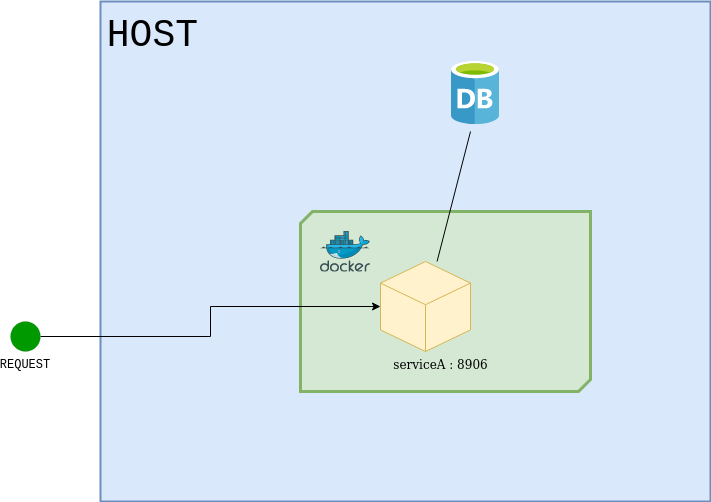
Above: _dockers/dev/dev1.drawio.png in ezra-dalimunthe/reading-point-auth (draw.io), before the change. Source tidied: cells renumbered, new cells last; positions are measured from the earlier drawing's top-left corner, leaving out a move shared by most shapes.
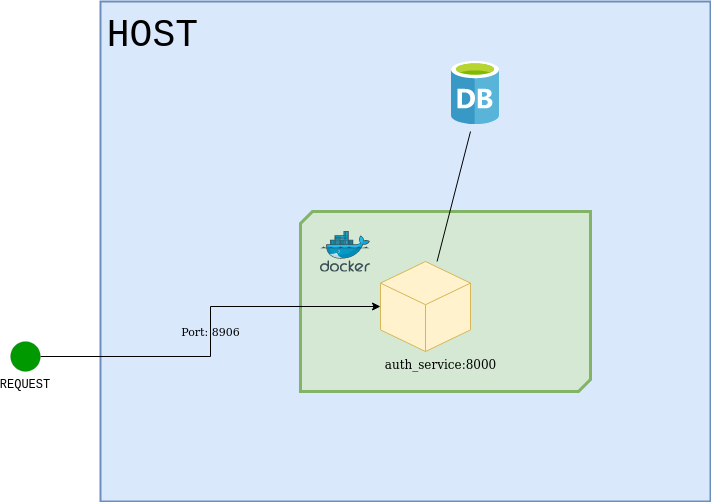
The same file after the commit.

The edit, as a diff of the source:
```diff
@@ -8,18 +8,18 @@
     <mxCell id="3" style="verticalLabelPosition=bottom;verticalAlign=top;html=1;shape=mxgraph.basic.diag_snip_rect;dx=6;shadow=0;labelBackgroundColor=none;labelBorderColor=none;fillStyle=solid;strokeColor=#82b366;strokeWidth=3;fontFamily=Courier New;fontSize=38;fillColor=#d5e8d4;" parent="1" vertex="1">
       <mxGeometry x="290" y="210" width="290" height="180" as="geometry" />
     </mxCell>
-    <mxCell id="4" style="edgeStyle=orthogonalEdgeStyle;rounded=0;jettySize=auto;html=1;" parent="1" edge="1" source="5" target="7">
+    <mxCell id="4" value="Port: 8906" style="edgeStyle=orthogonalEdgeStyle;rounded=0;jettySize=auto;html=1;labelBackgroundColor=none;" parent="1" edge="1" source="5" target="7">
       <mxGeometry relative="1" as="geometry" />
     </mxCell>
     <mxCell id="5" value="REQUEST" style="ellipse;whiteSpace=wrap;html=1;shadow=0;labelBackgroundColor=none;labelBorderColor=none;fillStyle=solid;strokeWidth=0;fontFamily=Courier New;fontSize=12;fontColor=#000000;fillColor=#009900;labelPosition=center;verticalLabelPosition=bottom;align=center;verticalAlign=top;" parent="1" vertex="1">
-      <mxGeometry y="320" width="30" height="30" as="geometry" />
+      <mxGeometry y="340" width="30" height="30" as="geometry" />
     </mxCell>
     <mxCell id="6" style="jettySize=auto;html=1;fontFamily=Courier New;fontSize=38;fontColor=default;endArrow=none;endFill=0;" parent="1" edge="1" source="7">
       <mxGeometry relative="1" as="geometry">
         <mxPoint x="460" y="130" as="targetPoint" />
       </mxGeometry>
     </mxCell>
-    <mxCell id="7" value="serviceA : 8906" style="shape=mxgraph.basic.isocube;isoAngle=15;labelPosition=center;verticalLabelPosition=bottom;align=center;verticalAlign=top;fillColor=#fff2cc;strokeColor=#d6b656;rounded=0;spacingRight=-31;" parent="1" vertex="1">
+    <mxCell id="7" value="auth_service:8000" style="shape=mxgraph.basic.isocube;isoAngle=15;labelPosition=center;verticalLabelPosition=bottom;align=center;verticalAlign=top;fillColor=#fff2cc;strokeColor=#d6b656;rounded=0;spacingRight=-31;" parent="1" vertex="1">
       <mxGeometry x="370" y="260" width="90" height="90" as="geometry" />
     </mxCell>
     <mxCell id="8" style="html=1;align=center;image;fontSize=12;image=img/lib/mscae/Docker.svg;shadow=0;labelBackgroundColor=none;labelBorderColor=none;fillStyle=solid;strokeColor=#000000;strokeWidth=2;fontFamily=Courier New;fontColor=default;fillColor=none;" parent="1" vertex="1">
```
